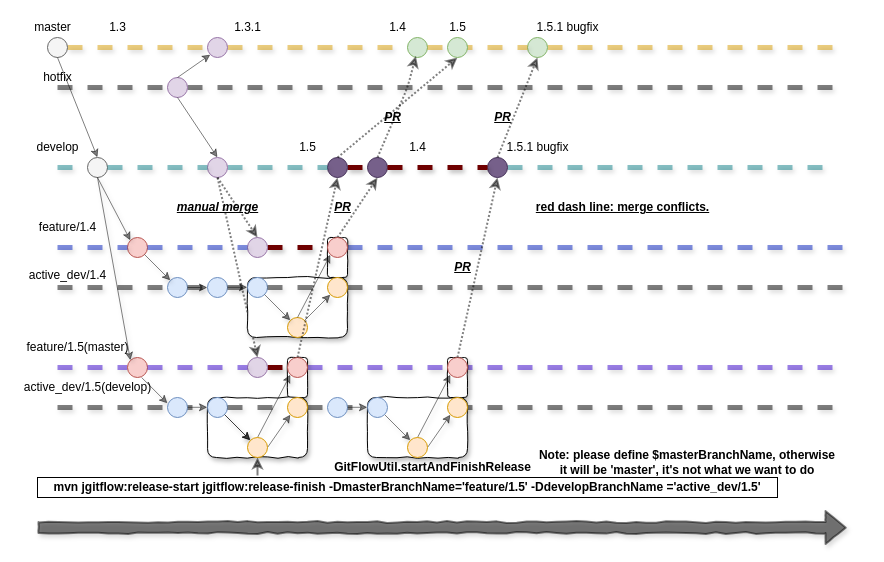
The draw.io diagram page "Page-2" (2 of 2) of Untitled Diagram.drawio in anoyo-lin/domain-cdn-learning, before the edit. Source tidied: cells renumbered, new cells numbered last; positions are measured from the earlier drawing's top-left corner, leaving out a move shared by most shapes. Both pictures are drawn from the tidied source at 100%, with x=0, y=0 at pixel (17, 17).
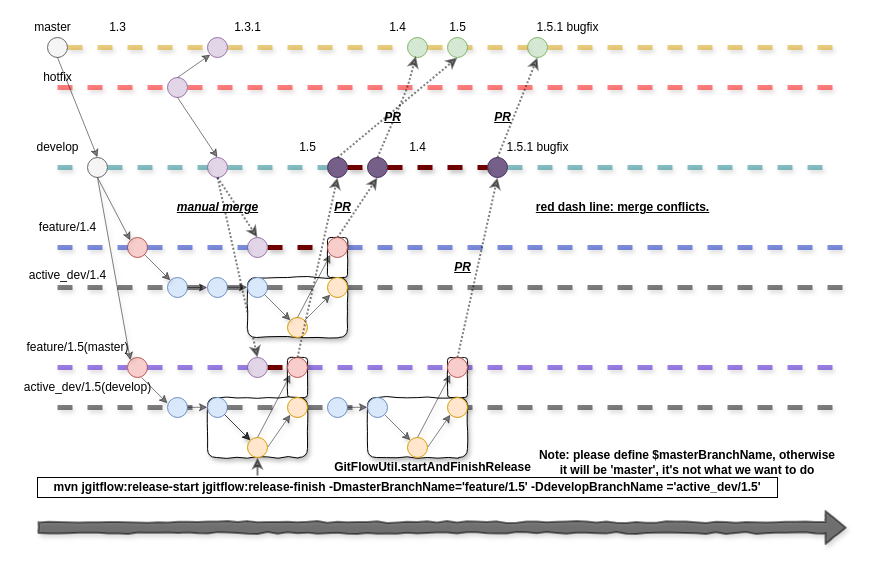
The same diagram, later.

The change refers to these unchanged cells:
```xml
<mxCell id="29" style="ellipse;whiteSpace=wrap;html=1;fillColor=#e1d5e7;strokeColor=#9673a6;" parent="1" vertex="1">
  <mxGeometry x="150" y="60" width="20" height="20" as="geometry" />
</mxCell>
```

Change to the diagram source:
```diff
@@
-    <mxCell id="9" style="endArrow=none;dashed=1;html=1;shadow=1;strokeWidth=5;opacity=50;" parent="1" edge="1" source="29">
+    <mxCell id="9" style="endArrow=none;dashed=1;html=1;shadow=1;strokeWidth=5;opacity=50;gradientColor=#ea6b66;fillColor=#f8cecc;strokeColor=#FF0000;" parent="1" edge="1" source="29">
       <mxGeometry relative="1" as="geometry">
         <mxPoint x="830" y="70" as="targetPoint" />
       </mxGeometry>
     </mxCell>
@@
-    <mxCell id="30" style="endArrow=none;dashed=1;html=1;shadow=1;strokeWidth=5;opacity=50;" parent="1" edge="1" target="29">
+    <mxCell id="30" style="endArrow=none;dashed=1;html=1;shadow=1;strokeWidth=5;opacity=50;gradientColor=#ea6b66;fillColor=#f8cecc;strokeColor=#FF0000;" parent="1" edge="1" target="29">
       <mxGeometry relative="1" as="geometry">
         <mxPoint x="40" y="70" as="sourcePoint" />
       </mxGeometry>
     </mxCell>
```
